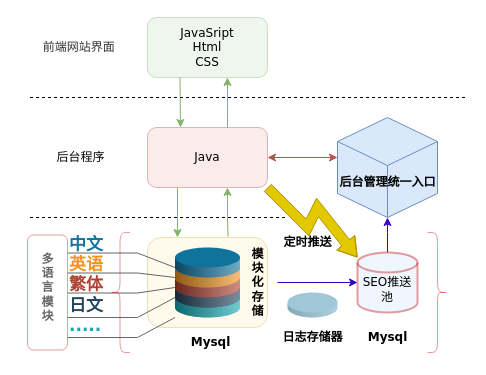
The draw.io diagram 多语言.drawio in onebyoneby/one, before the edit. Source tidied: cells renumbered, new cells numbered last; positions are measured from the earlier drawing's top-left corner, leaving out a move shared by most shapes. Both pictures are drawn from the tidied source at 100%, with x=0, y=0 at pixel (27, 17).
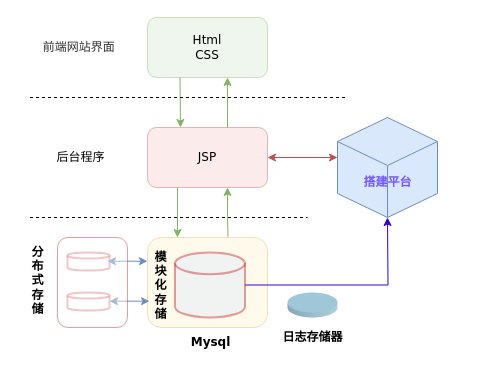
The same diagram, later.

Commit message:
更新多语言.drawio

Diff of the diagram source:
```diff
@@
-    <mxCell id="4" value="&lt;b&gt;后台管理统一入口&lt;/b&gt;" style="text;html=1;align=center;verticalAlign=middle;strokeColor=none;fillColor=none;fontSize=12;fontFamily=Verdana;" parent="1" vertex="1">
-      <mxGeometry x="300" y="150" width="120" height="30" as="geometry" />
+    <mxCell id="4" value="&lt;b&gt;&lt;font color=&quot;#7357ff&quot;&gt;搭建平台&lt;/font&gt;&lt;/b&gt;" style="text;html=1;align=center;verticalAlign=middle;strokeColor=none;fillColor=none;fontSize=12;fontFamily=Verdana;" parent="1" vertex="1">
+      <mxGeometry x="325" y="150" width="70" height="30" as="geometry" />
     </mxCell>
-    <mxCell id="5" style="verticalLabelPosition=middle;verticalAlign=middle;html=1;shape=mxgraph.infographic.cylinder;fillColor=#12AAB5;strokeColor=none;shadow=0;align=left;labelPosition=right;spacingLeft=10;fontStyle=1;fontColor=#12AAB5;fontFamily=Verdana;fontSize=12;" parent="1" vertex="1">
-      <mxGeometry x="147.5" y="270" width="65" height="30" as="geometry" />
-    </mxCell>
-    <mxCell id="6" style="verticalLabelPosition=middle;verticalAlign=middle;html=1;shape=mxgraph.infographic.cylinder;fillColor=#23445D;strokeColor=none;shadow=0;align=left;labelPosition=right;spacingLeft=10;fontStyle=1;fontColor=#23445D;fontFamily=Verdana;fontSize=12;" parent="1" vertex="1">
-      <mxGeometry x="147.5" y="260" width="65" height="30" as="geometry" />
-    </mxCell>
-    <mxCell id="7" style="verticalLabelPosition=middle;verticalAlign=middle;html=1;shape=mxgraph.infographic.cylinder;fillColor=#AE4132;strokeColor=none;shadow=0;align=left;labelPosition=right;spacingLeft=10;fontStyle=1;fontColor=#AE4132;fontFamily=Verdana;fontSize=12;" parent="1" vertex="1">
-      <mxGeometry x="147.5" y="250" width="65" height="30" as="geometry" />
-    </mxCell>
-    <mxCell id="8" style="verticalLabelPosition=middle;verticalAlign=middle;html=1;shape=mxgraph.infographic.cylinder;fillColor=#F2931E;strokeColor=none;shadow=0;align=left;labelPosition=right;spacingLeft=10;fontStyle=1;fontColor=#F2931E;fontFamily=Verdana;fontSize=12;" parent="1" vertex="1">
-      <mxGeometry x="147.5" y="240" width="65" height="30" as="geometry" />
-    </mxCell>
-    <mxCell id="9" style="verticalLabelPosition=middle;verticalAlign=middle;html=1;shape=mxgraph.infographic.cylinder;fillColor=#10739E;strokeColor=none;shadow=0;align=left;labelPosition=right;spacingLeft=10;fontStyle=1;fontColor=#10739E;fontFamily=Verdana;fontSize=12;" parent="1" vertex="1">
-      <mxGeometry x="147.5" y="230" width="65" height="30" as="geometry" />
-    </mxCell>
-    <mxCell id="10" value="中文" style="strokeWidth=1;shadow=0;dashed=0;align=center;html=1;shape=mxgraph.mockup.text.callout;linkText=;textSize=17;textColor=#666666;callDir=NW;callStyle=line;fontSize=17;fontColor=#10739E;align=left;verticalAlign=top;strokeColor=#666666;fillColor=#4D9900;flipV=0;fontStyle=1;fontFamily=Verdana;" parent="1" vertex="1">
-      <mxGeometry x="40" y="210" width="107.5" height="40" as="geometry" />
-    </mxCell>
-    <mxCell id="11" value="英语" style="strokeWidth=1;shadow=0;dashed=0;align=center;html=1;shape=mxgraph.mockup.text.callout;linkText=;textSize=17;textColor=#666666;callDir=NW;callStyle=line;fontSize=17;fontColor=#F2931E;align=left;verticalAlign=top;strokeColor=#666666;fillColor=#4D9900;flipV=0;fontStyle=1;fontFamily=Verdana;" parent="1" vertex="1">
-      <mxGeometry x="40" y="230" width="107.5" height="30" as="geometry" />
-    </mxCell>
-    <mxCell id="12" value="繁体" style="strokeWidth=1;shadow=0;dashed=0;align=center;html=1;shape=mxgraph.mockup.text.callout;linkText=;textSize=17;textColor=#666666;callDir=NW;callStyle=line;fontSize=17;fontColor=#AE4132;align=left;verticalAlign=top;strokeColor=#666666;fillColor=#4D9900;flipV=0;fontStyle=1;fontFamily=Verdana;" parent="1" vertex="1">
-      <mxGeometry x="40" y="250" width="107.5" height="20" as="geometry" />
-    </mxCell>
-    <mxCell id="13" value="日文" style="strokeWidth=1;shadow=0;dashed=0;align=center;html=1;shape=mxgraph.mockup.text.callout;linkText=;textSize=17;textColor=#666666;callDir=SW;callStyle=line;fontSize=17;fontColor=#23445D;align=left;verticalAlign=bottom;strokeColor=#666666;fillColor=#4D9900;flipV=0;fontStyle=1;fontFamily=Verdana;" parent="1" vertex="1">
-      <mxGeometry x="40" y="280" width="107.5" height="20" as="geometry" />
-    </mxCell>
-    <mxCell id="14" value="....." style="strokeWidth=1;shadow=0;dashed=0;align=center;html=1;shape=mxgraph.mockup.text.callout;linkText=;textSize=17;textColor=#666666;callDir=SW;callStyle=line;fontSize=17;fontColor=#12AAB5;align=left;verticalAlign=bottom;strokeColor=#666666;fillColor=#4D9900;flipV=0;fontStyle=1;fontFamily=Verdana;" parent="1" vertex="1">
-      <mxGeometry x="40" y="300" width="107.5" height="20" as="geometry" />
-    </mxCell>
-    <mxCell id="15" style="edgeStyle=orthogonalEdgeStyle;rounded=0;jettySize=auto;html=1;fontFamily=Verdana;fontSize=12;fillColor=#6a00ff;strokeColor=#3700CC;" parent="1" edge="1" source="16" target="28">
-      <mxGeometry relative="1" as="geometry" />
-    </mxCell>
     <mxCell id="16" value="&lt;b&gt;模&lt;br&gt;块&lt;br&gt;化&lt;br&gt;存&lt;br&gt;储&lt;/b&gt;" style="text;html=1;align=center;verticalAlign=middle;points=[];strokeColor=none;fillColor=none;fontSize=12;fontFamily=Verdana;" parent="1" vertex="1">
-      <mxGeometry x="210" y="220" width="40" height="90" as="geometry" />
+      <mxGeometry x="112.5" y="222.5" width="40" height="90" as="geometry" />
     </mxCell>
@@
-    <mxCell id="18" value="JavaSript&lt;br&gt;Html&lt;br&gt;CSS" style="rounded=1;whiteSpace=wrap;html=1;fontFamily=Verdana;fontSize=12;opacity=40;fillColor=#d5e8d4;strokeColor=#82b366;" parent="1" vertex="1">
+    <mxCell id="18" value="Html&lt;br&gt;CSS" style="rounded=1;whiteSpace=wrap;html=1;fontFamily=Verdana;fontSize=12;opacity=40;fillColor=#d5e8d4;strokeColor=#82b366;" parent="1" vertex="1">
       <mxGeometry x="120" width="120" height="60" as="geometry" />
     </mxCell>
-    <mxCell id="19" value="Java" style="rounded=1;whiteSpace=wrap;html=1;fontFamily=Verdana;fontSize=12;opacity=40;fillColor=#f8cecc;strokeColor=#b85450;" parent="1" vertex="1">
+    <mxCell id="19" value="JSP" style="rounded=1;whiteSpace=wrap;html=1;fontFamily=Verdana;fontSize=12;opacity=40;fillColor=#f8cecc;strokeColor=#b85450;" parent="1" vertex="1">
       <mxGeometry x="120" y="110" width="120" height="60" as="geometry" />
     </mxCell>
@@
-    <mxCell id="28" value="&lt;br&gt;SEO推送池" style="strokeWidth=2;html=1;shape=mxgraph.flowchart.database;whiteSpace=wrap;fontFamily=Verdana;fontSize=12;opacity=40;fillColor=#dae8fc;strokeColor=#BF0F0F;" parent="1" vertex="1">
-      <mxGeometry x="330" y="235" width="60" height="60" as="geometry" />
+    <mxCell id="28" style="strokeWidth=2;html=1;shape=mxgraph.flowchart.database;whiteSpace=wrap;fontFamily=Verdana;fontSize=12;opacity=40;fillColor=#dae8fc;strokeColor=#BF0F0F;" parent="1" vertex="1">
+      <mxGeometry x="147.5" y="235" width="70" height="65" as="geometry" />
     </mxCell>
-    <mxCell id="29" style="shape=curlyBracket;whiteSpace=wrap;html=1;rounded=1;strokeColor=#BF0F0F;fontFamily=Verdana;fontSize=12;opacity=40;size=0.5;" parent="1" vertex="1">
-      <mxGeometry x="82.5" y="215" width="20" height="120" as="geometry" />
-    </mxCell>
-    <mxCell id="30" style="shape=curlyBracket;whiteSpace=wrap;html=1;rounded=1;flipH=1;strokeColor=#BF0F0F;fontFamily=Verdana;fontSize=12;opacity=40;" parent="1" vertex="1">
-      <mxGeometry x="400" y="215" width="20" height="120" as="geometry" />
-    </mxCell>
-    <mxCell id="31" style="shape=flexArrow;endArrow=classic;html=1;rounded=0;fontFamily=Verdana;fontSize=12;exitX=1;exitY=1;exitDx=0;exitDy=0;endWidth=11.904761904761905;endSize=5.742857142857143;entryX=0;entryY=0.083;entryDx=0;entryDy=0;entryPerimeter=0;fillColor=#e3c800;strokeColor=#B09500;" parent="1" edge="1" source="19" target="28">
-      <mxGeometry relative="1" as="geometry">
-        <Array as="points">
-          <mxPoint x="250" y="180" />
-          <mxPoint x="270" y="200" />
-          <mxPoint x="280" y="210" />
-          <mxPoint x="290" y="190" />
-        </Array>
-      </mxGeometry>
-    </mxCell>
-    <mxCell id="32" value="&lt;b&gt;Mysql&lt;/b&gt;" style="text;html=1;align=center;verticalAlign=middle;strokeColor=none;fillColor=none;fontSize=12;fontFamily=Verdana;" parent="1" vertex="1">
-      <mxGeometry x="330" y="305" width="60" height="30" as="geometry" />
-    </mxCell>
-    <mxCell id="33" value="&lt;b&gt;定时推送&lt;/b&gt;" style="text;html=1;align=center;verticalAlign=middle;strokeColor=none;fillColor=none;fontSize=12;fontFamily=Verdana;" parent="1" vertex="1">
-      <mxGeometry x="245" y="210" width="70" height="30" as="geometry" />
-    </mxCell>
@@
     <mxCell id="36" style="endArrow=none;dashed=1;html=1;rounded=0;fontFamily=Verdana;fontSize=12;" parent="1" edge="1">
       <mxGeometry relative="1" as="geometry">
         <mxPoint x="2.5" y="80" as="sourcePoint" />
-        <mxPoint x="440" y="80" as="targetPoint" />
+        <mxPoint x="320" y="80" as="targetPoint" />
       </mxGeometry>
     </mxCell>
     <mxCell id="37" style="endArrow=none;dashed=1;html=1;rounded=0;fontFamily=Verdana;fontSize=12;" parent="1" edge="1">
       <mxGeometry relative="1" as="geometry">
         <mxPoint x="2.5" y="200" as="sourcePoint" />
-        <mxPoint x="260" y="200" as="targetPoint" />
+        <mxPoint x="280" y="200" as="targetPoint" />
       </mxGeometry>
     </mxCell>
-    <mxCell id="38" value="&lt;b&gt;多&lt;br&gt;语&lt;br&gt;言&lt;br&gt;模&lt;br&gt;块&lt;/b&gt;" style="text;html=1;align=center;verticalAlign=middle;strokeColor=none;fillColor=none;fontSize=12;fontFamily=Verdana;opacity=40;" parent="1" vertex="1">
-      <mxGeometry y="225" width="40" height="90" as="geometry" />
-    </mxCell>
-    <mxCell id="39" style="rounded=1;whiteSpace=wrap;html=1;strokeColor=#BF0F0F;fontFamily=Verdana;fontSize=12;opacity=40;" parent="1" vertex="1">
-      <mxGeometry y="217.5" width="40" height="115" as="geometry" />
-    </mxCell>
+    <mxCell id="40" style="strokeWidth=2;html=1;shape=mxgraph.flowchart.database;whiteSpace=wrap;strokeColor=#BF0F0F;fontFamily=Verdana;fontSize=12;opacity=40;" parent="1" vertex="1">
+      <mxGeometry x="40" y="235" width="42" height="18" as="geometry" />
+    </mxCell>
+    <mxCell id="41" style="strokeWidth=2;html=1;shape=mxgraph.flowchart.database;whiteSpace=wrap;strokeColor=#BF0F0F;fontFamily=Verdana;fontSize=12;opacity=40;" parent="1" vertex="1">
+      <mxGeometry x="40" y="275" width="42" height="18" as="geometry" />
+    </mxCell>
+    <mxCell id="42" style="endArrow=classic;startArrow=classic;html=1;rounded=0;fontFamily=Verdana;fontSize=12;fillColor=#dae8fc;strokeColor=#6c8ebf;" parent="1" edge="1">
+      <mxGeometry relative="1" as="geometry">
+        <mxPoint x="80" y="243.7" as="sourcePoint" />
+        <mxPoint x="120" y="243.7" as="targetPoint" />
+        <Array as="points">
+          <mxPoint x="100" y="243.7" />
+        </Array>
+      </mxGeometry>
+    </mxCell>
+    <mxCell id="43" style="endArrow=classic;startArrow=classic;html=1;rounded=0;fontFamily=Verdana;fontSize=12;fillColor=#dae8fc;strokeColor=#6c8ebf;" parent="1" edge="1">
+      <mxGeometry relative="1" as="geometry">
+        <mxPoint x="82" y="283.7" as="sourcePoint" />
+        <mxPoint x="122" y="283.7" as="targetPoint" />
+        <Array as="points">
+          <mxPoint x="102" y="283.7" />
+        </Array>
+      </mxGeometry>
+    </mxCell>
+    <mxCell id="44" style="rounded=1;whiteSpace=wrap;html=1;strokeColor=#BF0F0F;fontFamily=Verdana;fontSize=12;fontColor=#7357FF;opacity=40;" parent="1" vertex="1">
+      <mxGeometry x="30" y="220" width="70" height="90" as="geometry" />
+    </mxCell>
+    <mxCell id="45" value="&lt;b&gt;&lt;font color=&quot;#000000&quot;&gt;分&lt;br&gt;布&lt;br&gt;式&lt;br&gt;存&lt;br&gt;储&lt;/font&gt;&lt;/b&gt;" style="text;html=1;align=center;verticalAlign=middle;strokeColor=none;fillColor=none;fontSize=12;fontFamily=Verdana;fontColor=#7357FF;" parent="1" vertex="1">
+      <mxGeometry x="-10" y="218" width="40" height="90" as="geometry" />
+    </mxCell>
```
